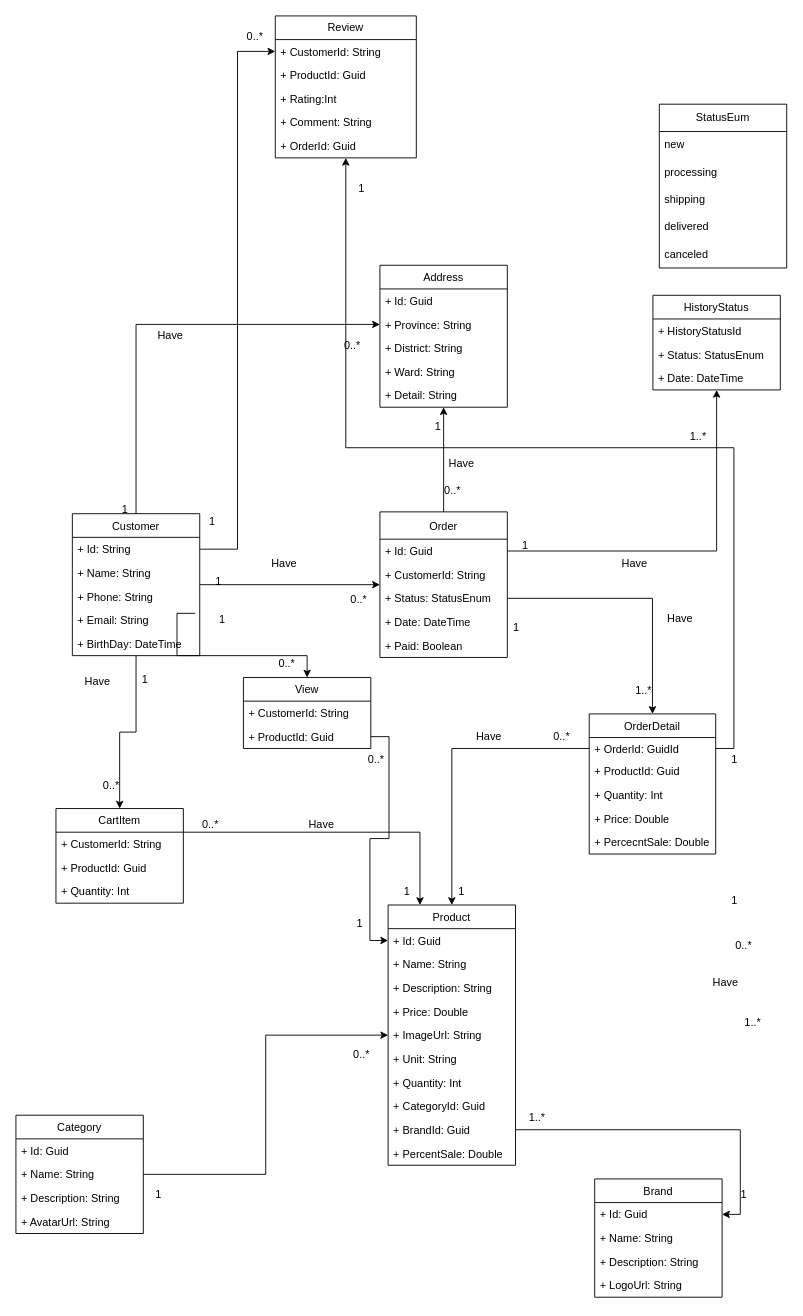
cuongcamauit/LandP keeps this draw.io diagram as BA&DS/ClassDiagram.drawio. Above is the earlier version. Source tidied: cells renumbered, new cells numbered last; positions are measured from the earlier drawing's top-left corner, leaving out a move shared by most shapes. Both pictures are drawn from the tidied source at 91%, with x=0, y=0 at pixel (15, 15).
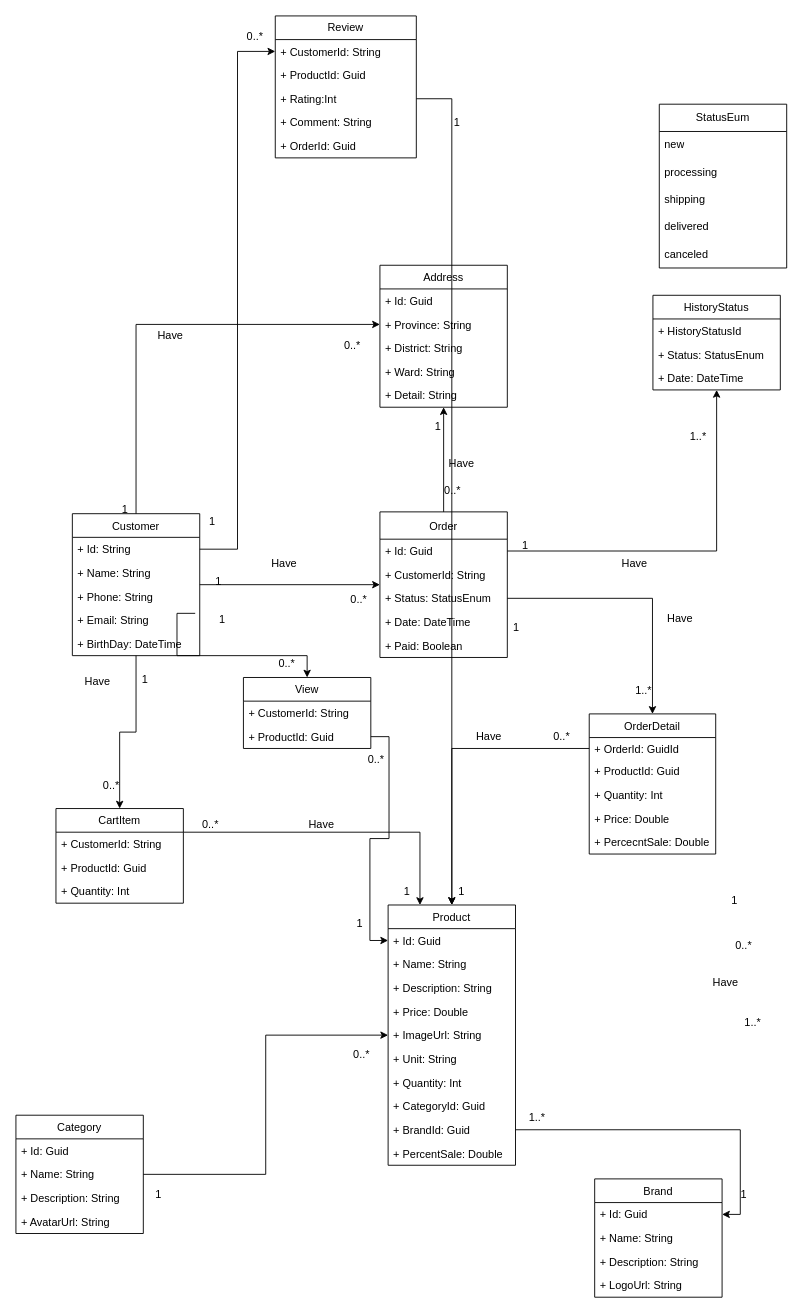
The same diagram, later.

The change refers to these unchanged cells:
```xml
<mxCell id="26" value="+ OrderId: GuidId" style="text;strokeColor=none;fillColor=none;align=left;verticalAlign=top;spacingLeft=4;spacingRight=4;overflow=hidden;points=[[0,0.5],[1,0.5]];portConstraint=eastwest;" parent="25" vertex="1">
  <mxGeometry y="26" width="139" height="24" as="geometry" />
</mxCell>
<mxCell id="80" value="Product" style="swimlane;fontStyle=0;horizontal=1;startSize=26;fillColor=none;" parent="77" vertex="1">
  <mxGeometry x="-51" y="200" width="140" height="286" as="geometry" />
</mxCell>
<mxCell id="118" value="Review" style="swimlane;fontStyle=0;horizontal=1;startSize=26;fillColor=none;whiteSpace=wrap;html=1;" parent="1" vertex="1">
  <mxGeometry x="285" width="155" height="156" as="geometry" />
</mxCell>
<mxCell id="121" value="+ Rating:Int" style="text;strokeColor=none;fillColor=none;align=left;verticalAlign=top;spacingLeft=4;spacingRight=4;overflow=hidden;points=[[0,0.5],[1,0.5]];portConstraint=eastwest;whiteSpace=wrap;html=1;" parent="118" vertex="1">
  <mxGeometry y="78" width="155" height="26" as="geometry" />
</mxCell>
```

The edit, as a diff of the source:
```diff
@@
-    <mxCell id="127" style="edgeStyle=orthogonalEdgeStyle;rounded=0;jettySize=auto;html=1;exitX=1;exitY=0.5;exitDx=0;exitDy=0;" parent="1" edge="1" source="26" target="118">
-      <mxGeometry relative="1" as="geometry" />
-    </mxCell>
@@
-    <mxCell id="129" value="1" style="text;html=1;strokeColor=none;fillColor=none;align=center;verticalAlign=middle;whiteSpace=wrap;rounded=0;" parent="1" vertex="1">
-      <mxGeometry x="760" y="802" width="60" height="30" as="geometry" />
-    </mxCell>
     <mxCell id="130" value="1" style="text;html=1;strokeColor=none;fillColor=none;align=center;verticalAlign=middle;whiteSpace=wrap;rounded=0;" parent="1" vertex="1">
-      <mxGeometry x="350" y="170" width="60" height="39" as="geometry" />
+      <mxGeometry x="455" y="97" width="60" height="39" as="geometry" />
     </mxCell>
+    <mxCell id="131" style="edgeStyle=orthogonalEdgeStyle;rounded=0;jettySize=auto;html=1;exitX=1;exitY=0.5;exitDx=0;exitDy=0;" parent="1" edge="1" source="121" target="80">
+      <mxGeometry relative="1" as="geometry" />
+    </mxCell>
```
